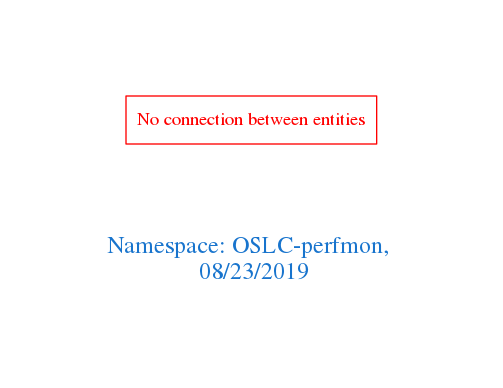
Earlier version of the Graphviz export downloads/OSLC-perfmon.png (arago/OGIT). Its source is kept beside it as downloads/OSLC-perfmon.dot.
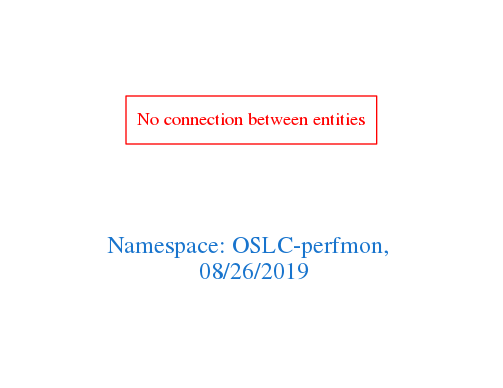
The same file after the commit.

Diff of the diagram source:
```diff
@@ -1,7 +1,7 @@
 digraph OGIT_ontology {
  graph [ rankdir= LR,pad=1
 fontsize = 18,
-fontcolor= dodgerblue3,label = "\n\n\nNamespace: OSLC-perfmon, \n 08/23/2019"];
+fontcolor= dodgerblue3,label = "\n\n\nNamespace: OSLC-perfmon, \n 08/26/2019"];
 node[shape=polygon];
 edge [  color="gray81"];
 
```
